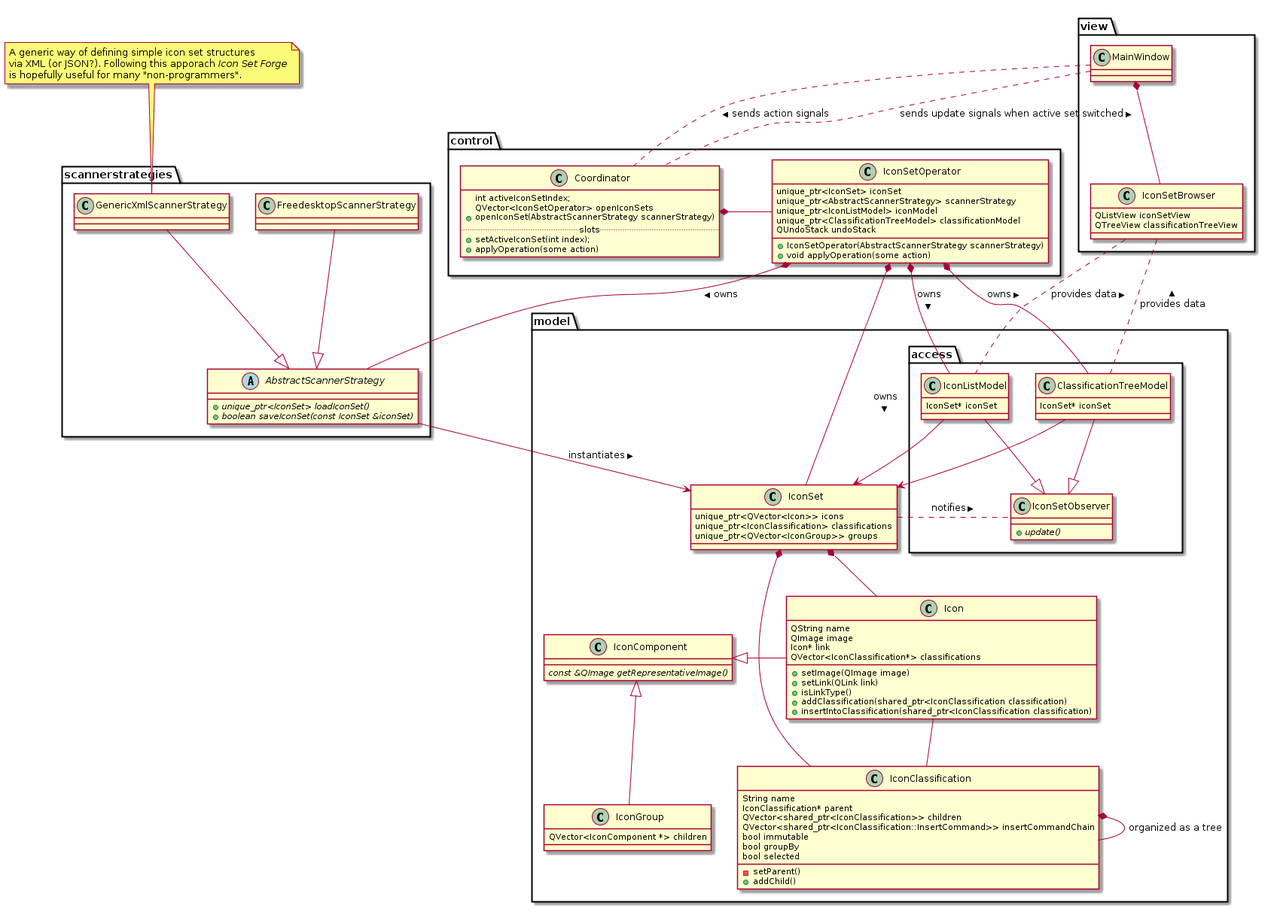
The PlantUML diagram Concept/UML/classes.png in Manuel-Kehl/Icon-Set-Forge, before a commit.
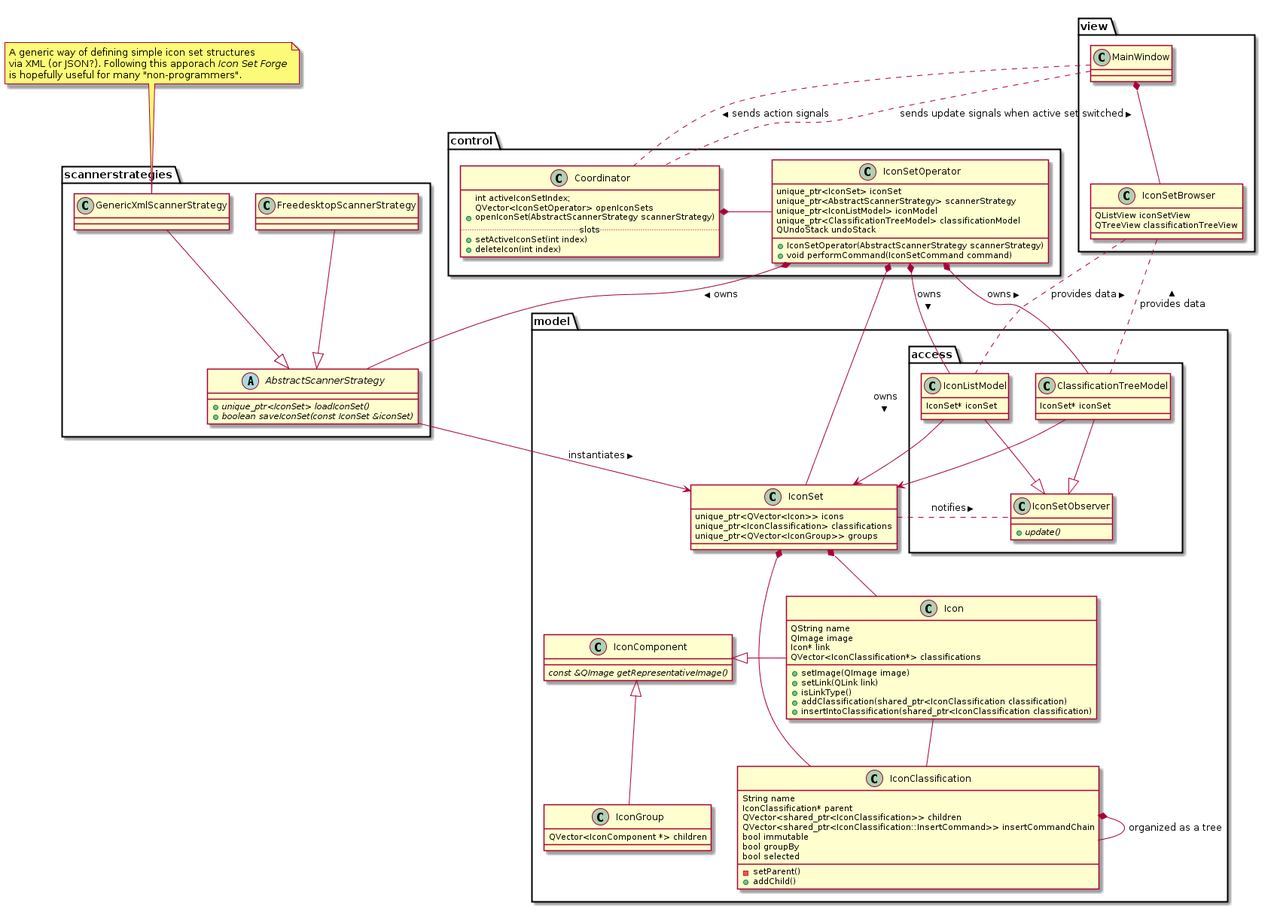
After the commit.

What changed in the source:
```diff
@@ -84,8 +84,8 @@
 		QVector<IconSetOperator> openIconSets
 		+openIconSet(AbstractScannerStrategy scannerStrategy)
 		..slots..
-		+setActiveIconSet(int index);
-		+applyOperation(some action)
+		+setActiveIconSet(int index)
+		+deleteIcon(int index)
 	}
 	class IconSetOperator {
 		unique_ptr<IconSet> iconSet
@@ -94,7 +94,7 @@
 		unique_ptr<ClassificationTreeModel> classificationModel
 		QUndoStack undoStack
 		+ IconSetOperator(AbstractScannerStrategy scannerStrategy)
-		+ void applyOperation(some action)
+		+ void performCommand(IconSetCommand command)
 	}
 
 	Coordinator *-IconSetOperator
```
